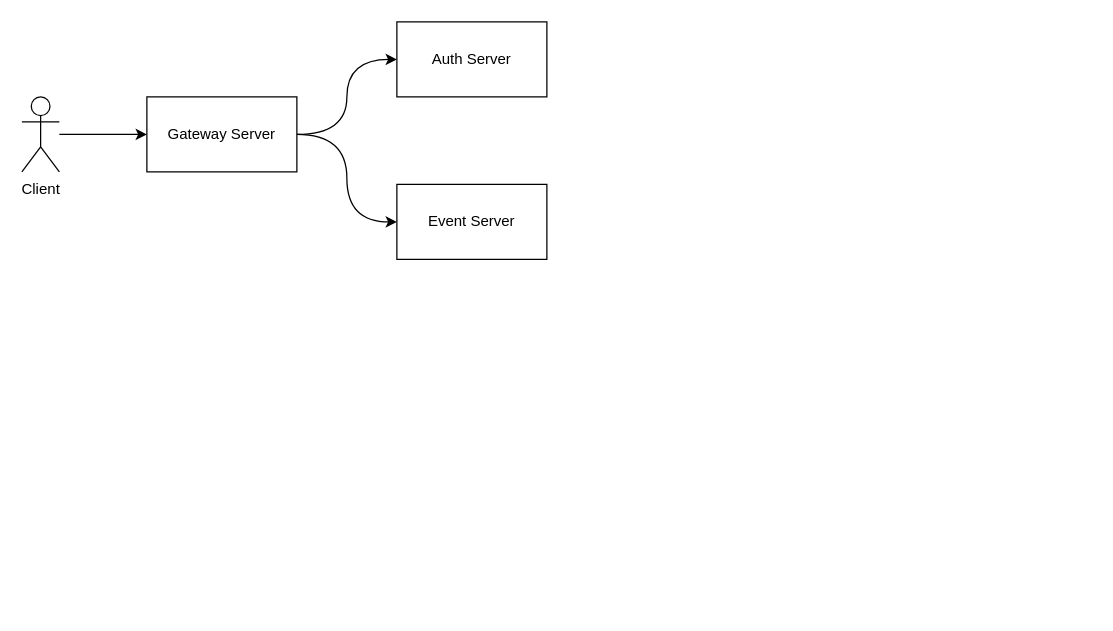
This is page "architecture" (1 of 5) of documents/diagram/diagram.drawio from thursdaycurry/nestjs-msa-eventEngine, a draw.io file, before an edit. Source tidied: cells renumbered, new cells numbered last; positions are measured from the earlier drawing's top-left corner, leaving out a move shared by most shapes. Both pictures are drawn from the tidied source at 125%, with x=0, y=0 at pixel (21, 21).
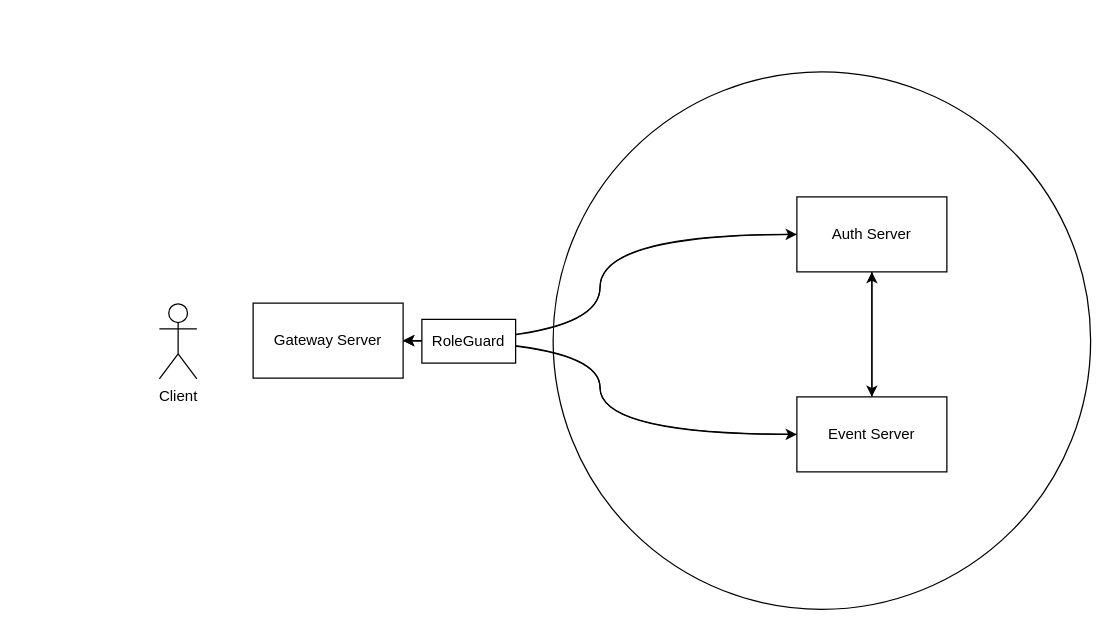
After the change.

The edit, as a diff of the source:
```diff
@@
 <mxGraphModel>
   <root>
     <mxCell id="0" />
     <mxCell id="1" parent="0" />
+    <mxCell id="9" style="ellipse;whiteSpace=wrap;html=1;fillColor=none;" parent="1" vertex="1">
+      <mxGeometry x="425" y="40" width="430" height="430" as="geometry" />
+    </mxCell>
+    <mxCell id="10" style="edgeStyle=orthogonalEdgeStyle;curved=1;rounded=0;jettySize=auto;html=1;exitX=0.5;exitY=1;exitDx=0;exitDy=0;" parent="1" edge="1" source="5" target="6">
+      <mxGeometry relative="1" as="geometry" />
+    </mxCell>
+    <mxCell id="11" style="edgeStyle=orthogonalEdgeStyle;curved=1;rounded=0;jettySize=auto;html=1;exitX=0;exitY=0.5;exitDx=0;exitDy=0;entryX=1;entryY=0.5;entryDx=0;entryDy=0;" parent="1" edge="1" source="5" target="4">
+      <mxGeometry relative="1" as="geometry" />
+    </mxCell>
+    <mxCell id="5" value="Auth Server" style="rounded=0;whiteSpace=wrap;html=1;" parent="1" vertex="1">
+      <mxGeometry x="620" y="140" width="120" height="60" as="geometry" />
+    </mxCell>
+    <mxCell id="8" value="Client" style="shape=umlActor;verticalLabelPosition=bottom;verticalAlign=top;html=1;outlineConnect=0;" parent="1" vertex="1">
+      <mxGeometry x="110" y="225.5" width="30" height="60" as="geometry" />
+    </mxCell>
-    <mxCell id="2" style="edgeStyle=orthogonalEdgeStyle;rounded=0;jettySize=auto;html=1;curved=1;" parent="1" edge="1" source="4" target="5">
+    <mxCell id="2" style="edgeStyle=orthogonalEdgeStyle;rounded=0;jettySize=auto;html=1;entryX=0;entryY=0.5;entryDx=0;entryDy=0;curved=1;" parent="1" edge="1" source="4" target="5">
       <mxGeometry relative="1" as="geometry" />
     </mxCell>
-    <mxCell id="3" style="edgeStyle=orthogonalEdgeStyle;rounded=0;jettySize=auto;html=1;entryX=0;entryY=0.5;entryDx=0;entryDy=0;curved=1;" parent="1" edge="1" source="4" target="6">
+    <mxCell id="3" style="edgeStyle=orthogonalEdgeStyle;curved=1;rounded=0;jettySize=auto;html=1;entryX=0;entryY=0.5;entryDx=0;entryDy=0;" parent="1" edge="1" source="4" target="6">
       <mxGeometry relative="1" as="geometry" />
     </mxCell>
     <mxCell id="4" value="Gateway Server" style="rounded=0;whiteSpace=wrap;html=1;" parent="1" vertex="1">
-      <mxGeometry x="100" y="60" width="120" height="60" as="geometry" />
+      <mxGeometry x="185" y="225" width="120" height="60" as="geometry" />
     </mxCell>
-    <mxCell id="5" value="Auth Server" style="rounded=0;whiteSpace=wrap;html=1;" parent="1" vertex="1">
-      <mxGeometry x="300" width="120" height="60" as="geometry" />
-    </mxCell>
+    <mxCell id="12" style="edgeStyle=orthogonalEdgeStyle;curved=1;rounded=0;jettySize=auto;html=1;exitX=0.5;exitY=0;exitDx=0;exitDy=0;entryX=0.5;entryY=1;entryDx=0;entryDy=0;" parent="1" edge="1" source="6" target="5">
+      <mxGeometry relative="1" as="geometry" />
+    </mxCell>
+    <mxCell id="13" style="edgeStyle=orthogonalEdgeStyle;curved=1;rounded=0;jettySize=auto;html=1;exitX=0;exitY=0.5;exitDx=0;exitDy=0;entryX=1;entryY=0.5;entryDx=0;entryDy=0;" parent="1" edge="1" source="6" target="4">
+      <mxGeometry relative="1" as="geometry" />
+    </mxCell>
     <mxCell id="6" value="Event Server" style="rounded=0;whiteSpace=wrap;html=1;" parent="1" vertex="1">
-      <mxGeometry x="300" y="130" width="120" height="60" as="geometry" />
+      <mxGeometry x="620" y="300" width="120" height="60" as="geometry" />
     </mxCell>
-    <mxCell id="7" style="edgeStyle=orthogonalEdgeStyle;rounded=0;jettySize=auto;html=1;entryX=0;entryY=0.5;entryDx=0;entryDy=0;" parent="1" edge="1" source="8" target="4">
-      <mxGeometry relative="1" as="geometry" />
-    </mxCell>
-    <mxCell id="8" value="Client" style="shape=umlActor;verticalLabelPosition=bottom;verticalAlign=top;html=1;outlineConnect=0;" parent="1" vertex="1">
-      <mxGeometry y="60" width="30" height="60" as="geometry" />
-    </mxCell>
+    <mxCell id="14" value="RoleGuard" style="rounded=0;whiteSpace=wrap;html=1;" parent="1" vertex="1">
+      <mxGeometry x="320" y="238" width="75" height="35" as="geometry" />
+    </mxCell>
   </root>
 </mxGraphModel>
```
